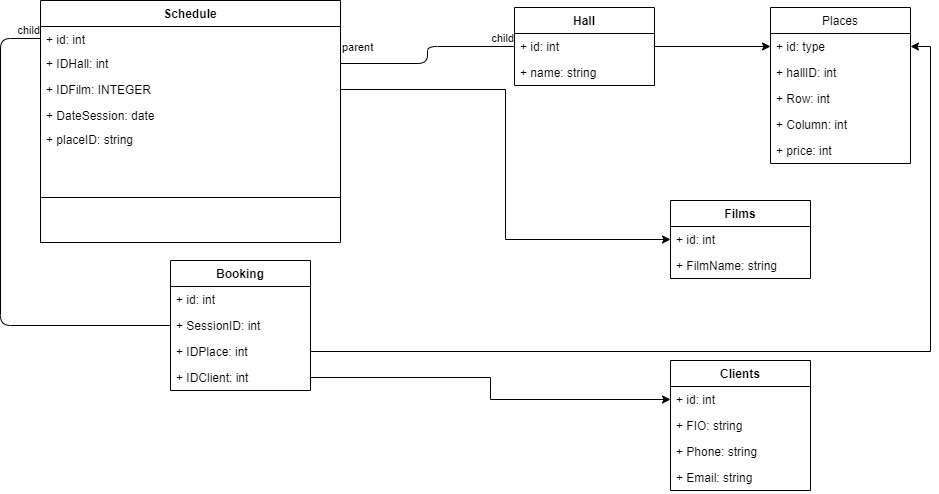
The draw.io diagram uml.png in otusteamedu/PHP2021, before a commit. Source tidied: cells renumbered, new cells last; positions are measured from the earlier drawing's top-left corner, leaving out a move shared by most shapes. The source it was exported from:
```xml
<mxGraphModel>
  <root>
    <mxCell id="0" />
    <mxCell id="1" parent="0" />
    <mxCell id="2" value="Schedule" style="swimlane;fontStyle=1;align=center;verticalAlign=top;horizontal=1;startSize=26;" parent="1" vertex="1">
      <mxGeometry x="40" width="300" height="242" as="geometry" />
    </mxCell>
    <mxCell id="3" value="+ id: int" style="text;strokeColor=none;fillColor=none;align=left;verticalAlign=top;spacingLeft=4;spacingRight=4;overflow=hidden;points=[[0,0.5],[1,0.5]];portConstraint=eastwest;" parent="2" vertex="1">
      <mxGeometry y="26" width="300" height="24" as="geometry" />
    </mxCell>
    <mxCell id="4" value="+ IDHall: int" style="text;strokeColor=none;fillColor=none;align=left;verticalAlign=top;spacingLeft=4;spacingRight=4;overflow=hidden;points=[[0,0.5],[1,0.5]];portConstraint=eastwest;" parent="2" vertex="1">
      <mxGeometry y="50" width="300" height="26" as="geometry" />
    </mxCell>
    <mxCell id="5" value="+ IDFilm: INTEGER" style="text;strokeColor=none;fillColor=none;align=left;verticalAlign=top;spacingLeft=4;spacingRight=4;overflow=hidden;points=[[0,0.5],[1,0.5]];portConstraint=eastwest;" parent="2" vertex="1">
      <mxGeometry y="76" width="300" height="26" as="geometry" />
    </mxCell>
    <mxCell id="6" value="+ DateSession: date" style="text;strokeColor=none;fillColor=none;align=left;verticalAlign=top;spacingLeft=4;spacingRight=4;overflow=hidden;" parent="2" vertex="1">
      <mxGeometry y="102" width="300" height="24" as="geometry" />
    </mxCell>
    <mxCell id="7" value="+ placeID: string" style="text;strokeColor=none;fillColor=none;align=left;verticalAlign=top;spacingLeft=4;spacingRight=4;overflow=hidden;" parent="2" vertex="1">
      <mxGeometry y="126" width="300" height="26" as="geometry" />
    </mxCell>
    <mxCell id="8" style="line;strokeWidth=1;fillColor=none;align=left;verticalAlign=middle;spacingTop=-1;spacingLeft=3;spacingRight=3;labelPosition=right;" parent="2" vertex="1">
      <mxGeometry y="152" width="300" height="90" as="geometry" />
    </mxCell>
    <mxCell id="9" value="Films" style="swimlane;fontStyle=1;horizontal=1;startSize=26;fillColor=none;" parent="1" vertex="1">
      <mxGeometry x="670" y="200" width="140" height="78" as="geometry" />
    </mxCell>
    <mxCell id="10" value="+ id: int" style="text;strokeColor=none;fillColor=none;align=left;verticalAlign=top;spacingLeft=4;spacingRight=4;overflow=hidden;points=[[0,0.5],[1,0.5]];portConstraint=eastwest;" parent="9" vertex="1">
      <mxGeometry y="26" width="140" height="26" as="geometry" />
    </mxCell>
    <mxCell id="11" value="+ FilmName: string" style="text;strokeColor=none;fillColor=none;align=left;verticalAlign=top;spacingLeft=4;spacingRight=4;overflow=hidden;" parent="9" vertex="1">
      <mxGeometry y="52" width="140" height="26" as="geometry" />
    </mxCell>
    <mxCell id="12" value="Hall" style="swimlane;fontStyle=1;horizontal=1;startSize=26;fillColor=none;" parent="1" vertex="1">
      <mxGeometry x="514" y="7" width="140" height="78" as="geometry" />
    </mxCell>
    <mxCell id="13" value="+ id: int" style="text;strokeColor=none;fillColor=none;align=left;verticalAlign=top;spacingLeft=4;spacingRight=4;overflow=hidden;points=[[0,0.5],[1,0.5]];portConstraint=eastwest;" parent="12" vertex="1">
      <mxGeometry y="26" width="140" height="26" as="geometry" />
    </mxCell>
    <mxCell id="14" value="+ name: string" style="text;strokeColor=none;fillColor=none;align=left;verticalAlign=top;spacingLeft=4;spacingRight=4;overflow=hidden;" parent="12" vertex="1">
      <mxGeometry y="52" width="140" height="26" as="geometry" />
    </mxCell>
    <mxCell id="15" value="Clients" style="swimlane;fontStyle=1;horizontal=1;startSize=26;fillColor=none;" parent="1" vertex="1">
      <mxGeometry x="670" y="360" width="140" height="130" as="geometry" />
    </mxCell>
    <mxCell id="16" value="+ id: int" style="text;strokeColor=none;fillColor=none;align=left;verticalAlign=top;spacingLeft=4;spacingRight=4;overflow=hidden;points=[[0,0.5],[1,0.5]];portConstraint=eastwest;" parent="15" vertex="1">
      <mxGeometry y="26" width="140" height="26" as="geometry" />
    </mxCell>
    <mxCell id="17" value="+ FIO: string" style="text;strokeColor=none;fillColor=none;align=left;verticalAlign=top;spacingLeft=4;spacingRight=4;overflow=hidden;" parent="15" vertex="1">
      <mxGeometry y="52" width="140" height="26" as="geometry" />
    </mxCell>
    <mxCell id="18" value="+ Phone: string" style="text;strokeColor=none;fillColor=none;align=left;verticalAlign=top;spacingLeft=4;spacingRight=4;overflow=hidden;" parent="15" vertex="1">
      <mxGeometry y="78" width="140" height="26" as="geometry" />
    </mxCell>
    <mxCell id="19" value="+ Email: string" style="text;strokeColor=none;fillColor=none;align=left;verticalAlign=top;spacingLeft=4;spacingRight=4;overflow=hidden;" parent="15" vertex="1">
      <mxGeometry y="104" width="140" height="26" as="geometry" />
    </mxCell>
    <mxCell id="20" value="Booking" style="swimlane;fontStyle=1;horizontal=1;startSize=26;fillColor=none;direction=east;" parent="1" vertex="1">
      <mxGeometry x="170" y="260" width="140" height="130" as="geometry" />
    </mxCell>
    <mxCell id="21" value="+ id: int" style="text;strokeColor=none;fillColor=none;align=left;verticalAlign=top;spacingLeft=4;spacingRight=4;overflow=hidden;" parent="20" vertex="1">
      <mxGeometry y="26" width="140" height="26" as="geometry" />
    </mxCell>
    <mxCell id="22" value="+ SessionID: int" style="text;strokeColor=none;fillColor=none;align=left;verticalAlign=top;spacingLeft=4;spacingRight=4;overflow=hidden;points=[[0,0.5],[1,0.5]];portConstraint=eastwest;" parent="20" vertex="1">
      <mxGeometry y="52" width="140" height="26" as="geometry" />
    </mxCell>
    <mxCell id="23" value="+ IDPlace: int" style="text;strokeColor=none;fillColor=none;align=left;verticalAlign=top;spacingLeft=4;spacingRight=4;overflow=hidden;points=[[0,0.5],[1,0.5]];portConstraint=eastwest;" parent="20" vertex="1">
      <mxGeometry y="78" width="140" height="26" as="geometry" />
    </mxCell>
    <mxCell id="24" value="+ IDClient: int" style="text;strokeColor=none;fillColor=none;align=left;verticalAlign=top;spacingLeft=4;spacingRight=4;overflow=hidden;points=[[0,0.5],[1,0.5]];portConstraint=eastwest;" parent="20" vertex="1">
      <mxGeometry y="104" width="140" height="26" as="geometry" />
    </mxCell>
    <mxCell id="25" style="endArrow=none;html=1;edgeStyle=orthogonalEdgeStyle;entryX=0;entryY=0.5;entryDx=0;entryDy=0;exitX=1;exitY=0.5;exitDx=0;exitDy=0;" parent="1" edge="1" source="4" target="13">
      <mxGeometry relative="1" as="geometry" />
    </mxCell>
    <mxCell id="26" value="parent" style="edgeLabel;html=1;align=left;verticalAlign=bottom;" parent="25" vertex="1">
      <mxGeometry x="-1" relative="1" as="geometry">
        <mxPoint y="-8" as="offset" />
      </mxGeometry>
    </mxCell>
    <mxCell id="27" value="child" style="edgeLabel;html=1;align=right;verticalAlign=bottom;" parent="25" vertex="1">
      <mxGeometry x="1" relative="1" as="geometry" />
    </mxCell>
    <mxCell id="28" style="endArrow=none;html=1;edgeStyle=orthogonalEdgeStyle;entryX=0;entryY=0.5;entryDx=0;entryDy=0;exitX=0;exitY=0.5;exitDx=0;exitDy=0;" parent="1" edge="1" source="22" target="3">
      <mxGeometry relative="1" as="geometry">
        <Array as="points">
          <mxPoint y="325" />
          <mxPoint y="38" />
        </Array>
      </mxGeometry>
    </mxCell>
    <mxCell id="29" value="child" style="edgeLabel;html=1;align=right;verticalAlign=bottom;" parent="28" vertex="1">
      <mxGeometry x="1" relative="1" as="geometry" />
    </mxCell>
    <mxCell id="30" style="edgeStyle=orthogonalEdgeStyle;rounded=0;jettySize=auto;html=1;exitX=1;exitY=0.5;exitDx=0;exitDy=0;entryX=1;entryY=0.5;entryDx=0;entryDy=0;" parent="1" edge="1" source="23" target="34">
      <mxGeometry relative="1" as="geometry" />
    </mxCell>
    <mxCell id="31" style="edgeStyle=orthogonalEdgeStyle;rounded=0;jettySize=auto;html=1;exitX=1;exitY=0.5;exitDx=0;exitDy=0;entryX=0;entryY=0.5;entryDx=0;entryDy=0;" parent="1" edge="1" source="24" target="16">
      <mxGeometry relative="1" as="geometry" />
    </mxCell>
    <mxCell id="32" style="edgeStyle=orthogonalEdgeStyle;rounded=0;jettySize=auto;html=1;exitX=1;exitY=0.5;exitDx=0;exitDy=0;entryX=0;entryY=0.5;entryDx=0;entryDy=0;" parent="1" edge="1" source="5" target="10">
      <mxGeometry relative="1" as="geometry" />
    </mxCell>
    <mxCell id="33" value="Places" style="swimlane;fontStyle=0;horizontal=1;startSize=26;fillColor=none;" parent="1" vertex="1">
      <mxGeometry x="770" y="7" width="140" height="156" as="geometry" />
    </mxCell>
    <mxCell id="34" value="+ id: type" style="text;strokeColor=none;fillColor=none;align=left;verticalAlign=top;spacingLeft=4;spacingRight=4;overflow=hidden;points=[[0,0.5],[1,0.5]];portConstraint=eastwest;" parent="33" vertex="1">
      <mxGeometry y="26" width="140" height="26" as="geometry" />
    </mxCell>
    <mxCell id="35" value="+ hallID: int" style="text;strokeColor=none;fillColor=none;align=left;verticalAlign=top;spacingLeft=4;spacingRight=4;overflow=hidden;" parent="33" vertex="1">
      <mxGeometry y="52" width="140" height="26" as="geometry" />
    </mxCell>
    <mxCell id="36" value="+ Row: int" style="text;strokeColor=none;fillColor=none;align=left;verticalAlign=top;spacingLeft=4;spacingRight=4;overflow=hidden;" parent="33" vertex="1">
      <mxGeometry y="78" width="140" height="26" as="geometry" />
    </mxCell>
    <mxCell id="37" value="+ Column: int" style="text;strokeColor=none;fillColor=none;align=left;verticalAlign=top;spacingLeft=4;spacingRight=4;overflow=hidden;" parent="33" vertex="1">
      <mxGeometry y="104" width="140" height="26" as="geometry" />
    </mxCell>
    <mxCell id="38" value="+ price: int" style="text;strokeColor=none;fillColor=none;align=left;verticalAlign=top;spacingLeft=4;spacingRight=4;overflow=hidden;" parent="33" vertex="1">
      <mxGeometry y="130" width="140" height="26" as="geometry" />
    </mxCell>
    <mxCell id="39" style="edgeStyle=orthogonalEdgeStyle;rounded=0;jettySize=auto;html=1;exitX=1;exitY=0.5;exitDx=0;exitDy=0;entryX=0;entryY=0.5;entryDx=0;entryDy=0;" parent="1" edge="1" source="13" target="34">
      <mxGeometry relative="1" as="geometry" />
    </mxCell>
  </root>
</mxGraphModel>
```
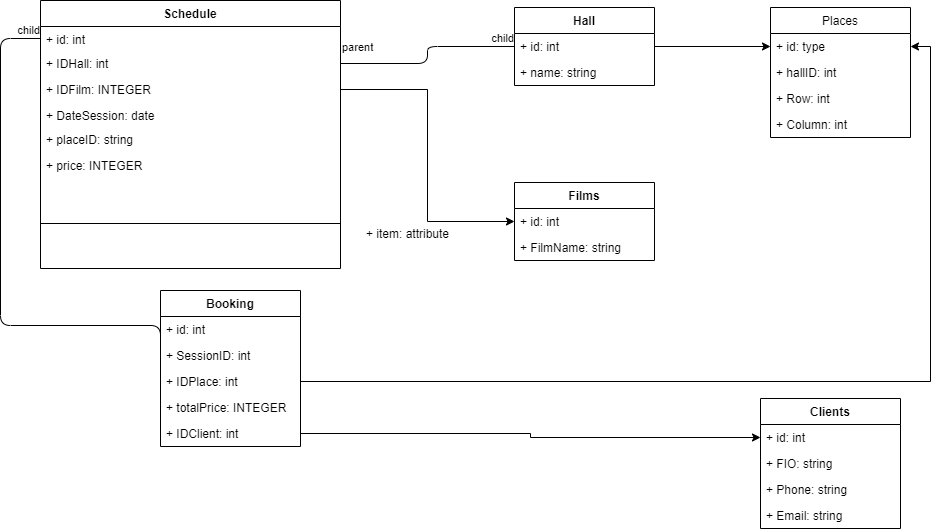
Above is the later version.

Change to the diagram source:
```diff
@@ -3,7 +3,7 @@
     <mxCell id="0" />
     <mxCell id="1" parent="0" />
     <mxCell id="2" value="Schedule" style="swimlane;fontStyle=1;align=center;verticalAlign=top;horizontal=1;startSize=26;" parent="1" vertex="1">
-      <mxGeometry x="40" width="300" height="242" as="geometry" />
+      <mxGeometry x="40" width="300" height="268" as="geometry" />
     </mxCell>
     <mxCell id="3" value="+ id: int" style="text;strokeColor=none;fillColor=none;align=left;verticalAlign=top;spacingLeft=4;spacingRight=4;overflow=hidden;points=[[0,0.5],[1,0.5]];portConstraint=eastwest;" parent="2" vertex="1">
       <mxGeometry y="26" width="300" height="24" as="geometry" />
@@ -20,11 +20,14 @@
     <mxCell id="7" value="+ placeID: string" style="text;strokeColor=none;fillColor=none;align=left;verticalAlign=top;spacingLeft=4;spacingRight=4;overflow=hidden;" parent="2" vertex="1">
       <mxGeometry y="126" width="300" height="26" as="geometry" />
     </mxCell>
+    <mxCell id="40" value="+ price: INTEGER" style="text;strokeColor=none;fillColor=none;align=left;verticalAlign=top;spacingLeft=4;spacingRight=4;overflow=hidden;" parent="2" vertex="1">
+      <mxGeometry y="152" width="300" height="26" as="geometry" />
+    </mxCell>
     <mxCell id="8" style="line;strokeWidth=1;fillColor=none;align=left;verticalAlign=middle;spacingTop=-1;spacingLeft=3;spacingRight=3;labelPosition=right;" parent="2" vertex="1">
-      <mxGeometry y="152" width="300" height="90" as="geometry" />
+      <mxGeometry y="178" width="300" height="90" as="geometry" />
     </mxCell>
     <mxCell id="9" value="Films" style="swimlane;fontStyle=1;horizontal=1;startSize=26;fillColor=none;" parent="1" vertex="1">
-      <mxGeometry x="670" y="200" width="140" height="78" as="geometry" />
+      <mxGeometry x="514" y="182" width="140" height="78" as="geometry" />
     </mxCell>
     <mxCell id="10" value="+ id: int" style="text;strokeColor=none;fillColor=none;align=left;verticalAlign=top;spacingLeft=4;spacingRight=4;overflow=hidden;points=[[0,0.5],[1,0.5]];portConstraint=eastwest;" parent="9" vertex="1">
       <mxGeometry y="26" width="140" height="26" as="geometry" />
@@ -42,7 +45,7 @@
       <mxGeometry y="52" width="140" height="26" as="geometry" />
     </mxCell>
     <mxCell id="15" value="Clients" style="swimlane;fontStyle=1;horizontal=1;startSize=26;fillColor=none;" parent="1" vertex="1">
-      <mxGeometry x="670" y="360" width="140" height="130" as="geometry" />
+      <mxGeometry x="760" y="398" width="140" height="130" as="geometry" />
     </mxCell>
     <mxCell id="16" value="+ id: int" style="text;strokeColor=none;fillColor=none;align=left;verticalAlign=top;spacingLeft=4;spacingRight=4;overflow=hidden;points=[[0,0.5],[1,0.5]];portConstraint=eastwest;" parent="15" vertex="1">
       <mxGeometry y="26" width="140" height="26" as="geometry" />
@@ -57,7 +60,7 @@
       <mxGeometry y="104" width="140" height="26" as="geometry" />
     </mxCell>
     <mxCell id="20" value="Booking" style="swimlane;fontStyle=1;horizontal=1;startSize=26;fillColor=none;direction=east;" parent="1" vertex="1">
-      <mxGeometry x="170" y="260" width="140" height="130" as="geometry" />
+      <mxGeometry x="160" y="290" width="140" height="156" as="geometry" />
     </mxCell>
     <mxCell id="21" value="+ id: int" style="text;strokeColor=none;fillColor=none;align=left;verticalAlign=top;spacingLeft=4;spacingRight=4;overflow=hidden;" parent="20" vertex="1">
       <mxGeometry y="26" width="140" height="26" as="geometry" />
@@ -68,8 +71,11 @@
     <mxCell id="23" value="+ IDPlace: int" style="text;strokeColor=none;fillColor=none;align=left;verticalAlign=top;spacingLeft=4;spacingRight=4;overflow=hidden;points=[[0,0.5],[1,0.5]];portConstraint=eastwest;" parent="20" vertex="1">
       <mxGeometry y="78" width="140" height="26" as="geometry" />
     </mxCell>
+    <mxCell id="41" value="+ totalPrice: INTEGER" style="text;strokeColor=none;fillColor=none;align=left;verticalAlign=top;spacingLeft=4;spacingRight=4;overflow=hidden;" parent="20" vertex="1">
+      <mxGeometry y="104" width="140" height="26" as="geometry" />
+    </mxCell>
     <mxCell id="24" value="+ IDClient: int" style="text;strokeColor=none;fillColor=none;align=left;verticalAlign=top;spacingLeft=4;spacingRight=4;overflow=hidden;points=[[0,0.5],[1,0.5]];portConstraint=eastwest;" parent="20" vertex="1">
-      <mxGeometry y="104" width="140" height="26" as="geometry" />
+      <mxGeometry y="130" width="140" height="26" as="geometry" />
     </mxCell>
     <mxCell id="25" style="endArrow=none;html=1;edgeStyle=orthogonalEdgeStyle;entryX=0;entryY=0.5;entryDx=0;entryDy=0;exitX=1;exitY=0.5;exitDx=0;exitDy=0;" parent="1" edge="1" source="4" target="13">
       <mxGeometry relative="1" as="geometry" />
@@ -103,7 +109,7 @@
       <mxGeometry relative="1" as="geometry" />
     </mxCell>
     <mxCell id="33" value="Places" style="swimlane;fontStyle=0;horizontal=1;startSize=26;fillColor=none;" parent="1" vertex="1">
-      <mxGeometry x="770" y="7" width="140" height="156" as="geometry" />
+      <mxGeometry x="770" y="7" width="140" height="130" as="geometry" />
     </mxCell>
     <mxCell id="34" value="+ id: type" style="text;strokeColor=none;fillColor=none;align=left;verticalAlign=top;spacingLeft=4;spacingRight=4;overflow=hidden;points=[[0,0.5],[1,0.5]];portConstraint=eastwest;" parent="33" vertex="1">
       <mxGeometry y="26" width="140" height="26" as="geometry" />
@@ -117,11 +123,11 @@
     <mxCell id="37" value="+ Column: int" style="text;strokeColor=none;fillColor=none;align=left;verticalAlign=top;spacingLeft=4;spacingRight=4;overflow=hidden;" parent="33" vertex="1">
       <mxGeometry y="104" width="140" height="26" as="geometry" />
     </mxCell>
-    <mxCell id="38" value="+ price: int" style="text;strokeColor=none;fillColor=none;align=left;verticalAlign=top;spacingLeft=4;spacingRight=4;overflow=hidden;" parent="33" vertex="1">
-      <mxGeometry y="130" width="140" height="26" as="geometry" />
-    </mxCell>
     <mxCell id="39" style="edgeStyle=orthogonalEdgeStyle;rounded=0;jettySize=auto;html=1;exitX=1;exitY=0.5;exitDx=0;exitDy=0;entryX=0;entryY=0.5;entryDx=0;entryDy=0;" parent="1" edge="1" source="13" target="34">
       <mxGeometry relative="1" as="geometry" />
     </mxCell>
+    <mxCell id="42" value="+ item: attribute" style="text;strokeColor=none;fillColor=none;align=left;verticalAlign=top;spacingLeft=4;spacingRight=4;overflow=hidden;" parent="1" vertex="1">
+      <mxGeometry x="360" y="220" width="100" height="26" as="geometry" />
+    </mxCell>
   </root>
 </mxGraphModel>
```
